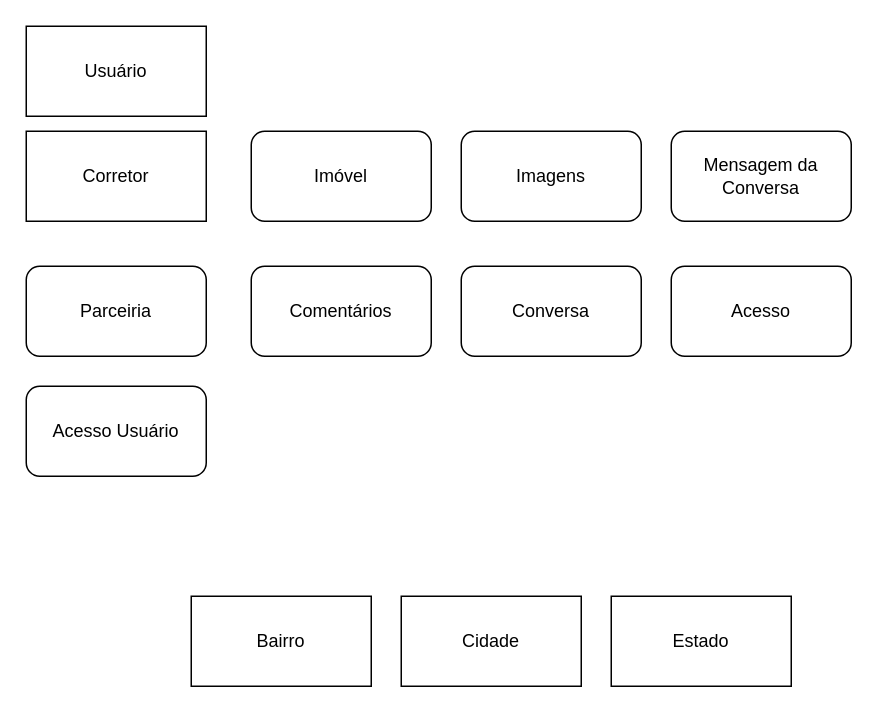
Before: Untitled Diagram.drawio in maanoel/diagrams, a draw.io diagram. Source tidied: cells renumbered, new cells numbered last; positions are measured from the earlier drawing's top-left corner, leaving out a move shared by most shapes. Both pictures are drawn from the tidied source at 150%, with x=0, y=0 at pixel (26, 26).
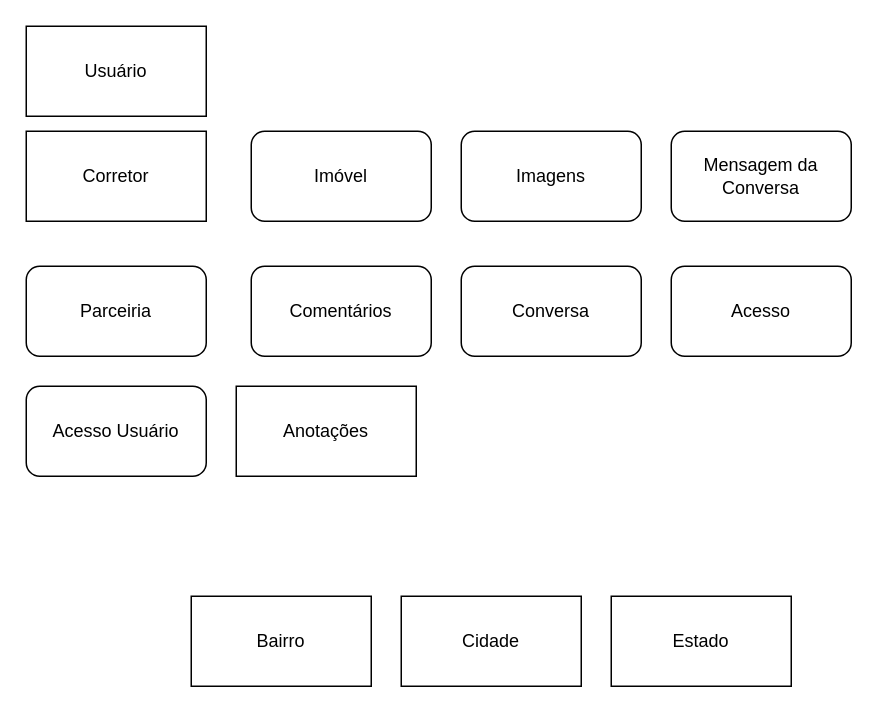
After the change.

What changed in the source:
```diff
@@
 <mxGraphModel>
   <root>
     <mxCell id="0" />
     <mxCell id="1" parent="0" />
     <mxCell id="2" value="Corretor&lt;br&gt;" style="rounded=0;whiteSpace=wrap;html=1;" parent="1" vertex="1">
       <mxGeometry y="70" width="120" height="60" as="geometry" />
     </mxCell>
     <mxCell id="3" value="Imóvel" style="rounded=1;whiteSpace=wrap;html=1;" parent="1" vertex="1">
       <mxGeometry x="150" y="70" width="120" height="60" as="geometry" />
     </mxCell>
     <mxCell id="4" value="Imagens&lt;br&gt;" style="rounded=1;whiteSpace=wrap;html=1;" parent="1" vertex="1">
       <mxGeometry x="290" y="70" width="120" height="60" as="geometry" />
     </mxCell>
     <mxCell id="5" value="Parceiria&lt;br&gt;" style="rounded=1;whiteSpace=wrap;html=1;" parent="1" vertex="1">
       <mxGeometry y="160" width="120" height="60" as="geometry" />
     </mxCell>
     <mxCell id="6" value="Comentários" style="rounded=1;whiteSpace=wrap;html=1;" parent="1" vertex="1">
       <mxGeometry x="150" y="160" width="120" height="60" as="geometry" />
     </mxCell>
     <mxCell id="7" value="Conversa" style="rounded=1;whiteSpace=wrap;html=1;" parent="1" vertex="1">
       <mxGeometry x="290" y="160" width="120" height="60" as="geometry" />
     </mxCell>
     <mxCell id="8" value="Mensagem da Conversa" style="rounded=1;whiteSpace=wrap;html=1;" parent="1" vertex="1">
       <mxGeometry x="430" y="70" width="120" height="60" as="geometry" />
     </mxCell>
     <mxCell id="9" value="Acesso" style="rounded=1;whiteSpace=wrap;html=1;" parent="1" vertex="1">
       <mxGeometry x="430" y="160" width="120" height="60" as="geometry" />
     </mxCell>
     <mxCell id="10" value="Acesso Usuário" style="rounded=1;whiteSpace=wrap;html=1;" parent="1" vertex="1">
       <mxGeometry y="240" width="120" height="60" as="geometry" />
     </mxCell>
     <mxCell id="11" value="Usuário" style="rounded=0;whiteSpace=wrap;html=1;" parent="1" vertex="1">
       <mxGeometry width="120" height="60" as="geometry" />
     </mxCell>
     <mxCell id="12" value="Bairro&lt;br&gt;" style="rounded=0;whiteSpace=wrap;html=1;" parent="1" vertex="1">
       <mxGeometry x="110" y="380" width="120" height="60" as="geometry" />
     </mxCell>
     <mxCell id="13" value="Cidade&lt;br&gt;" style="rounded=0;whiteSpace=wrap;html=1;" parent="1" vertex="1">
       <mxGeometry x="250" y="380" width="120" height="60" as="geometry" />
     </mxCell>
     <mxCell id="14" value="Estado" style="rounded=0;whiteSpace=wrap;html=1;" parent="1" vertex="1">
       <mxGeometry x="390" y="380" width="120" height="60" as="geometry" />
     </mxCell>
+    <mxCell id="15" value="Anotações" style="rounded=0;whiteSpace=wrap;html=1;" parent="1" vertex="1">
+      <mxGeometry x="140" y="240" width="120" height="60" as="geometry" />
+    </mxCell>
   </root>
 </mxGraphModel>
```
